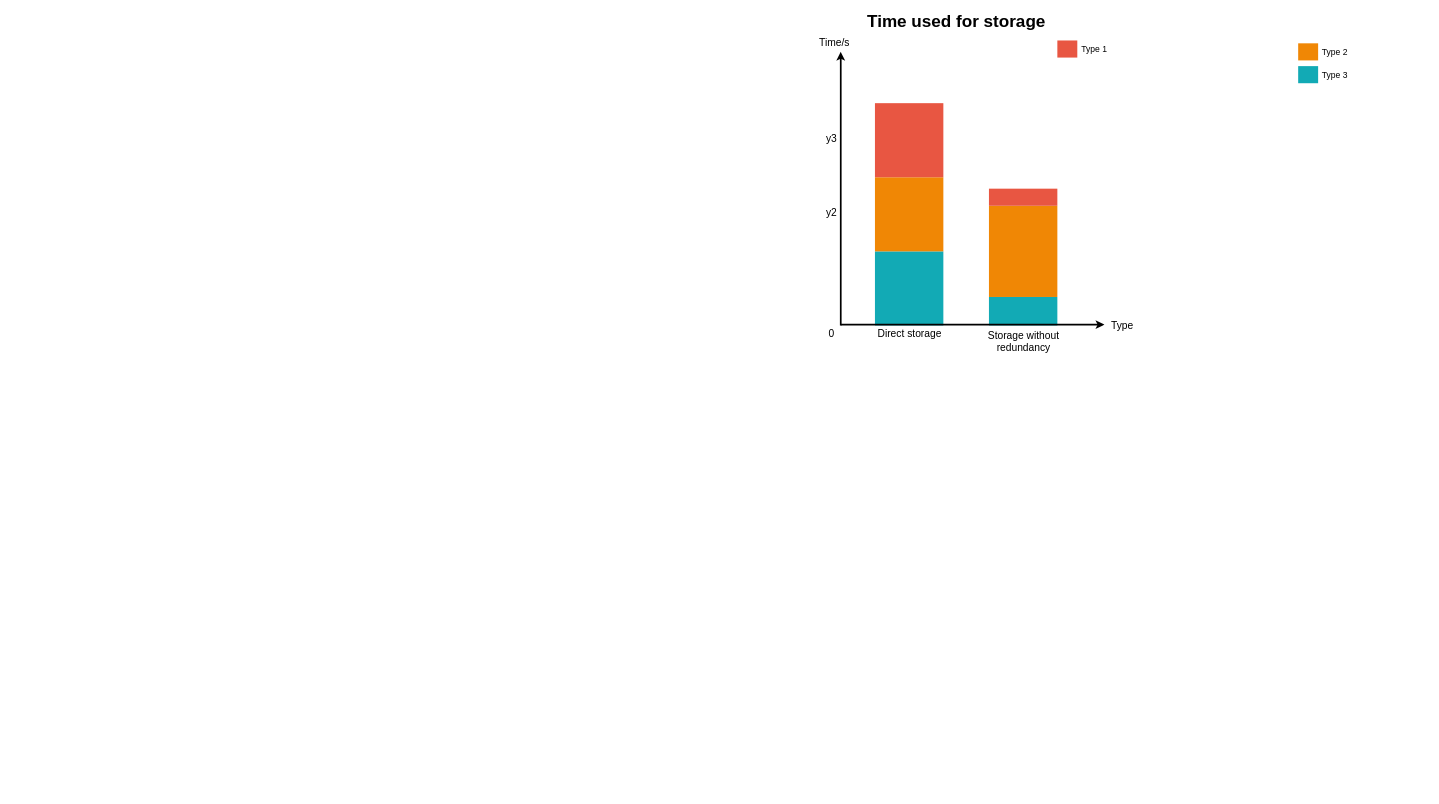
Above: 模型存储柱状图.drawio in RexZheng-cug/chart (draw.io), before the change. Source tidied: cells renumbered, new cells numbered last; positions are measured from the earlier drawing's top-left corner, leaving out a move shared by most shapes. Both pictures are drawn from the tidied source at 57%, with x=0, y=0 at pixel (808, 9).
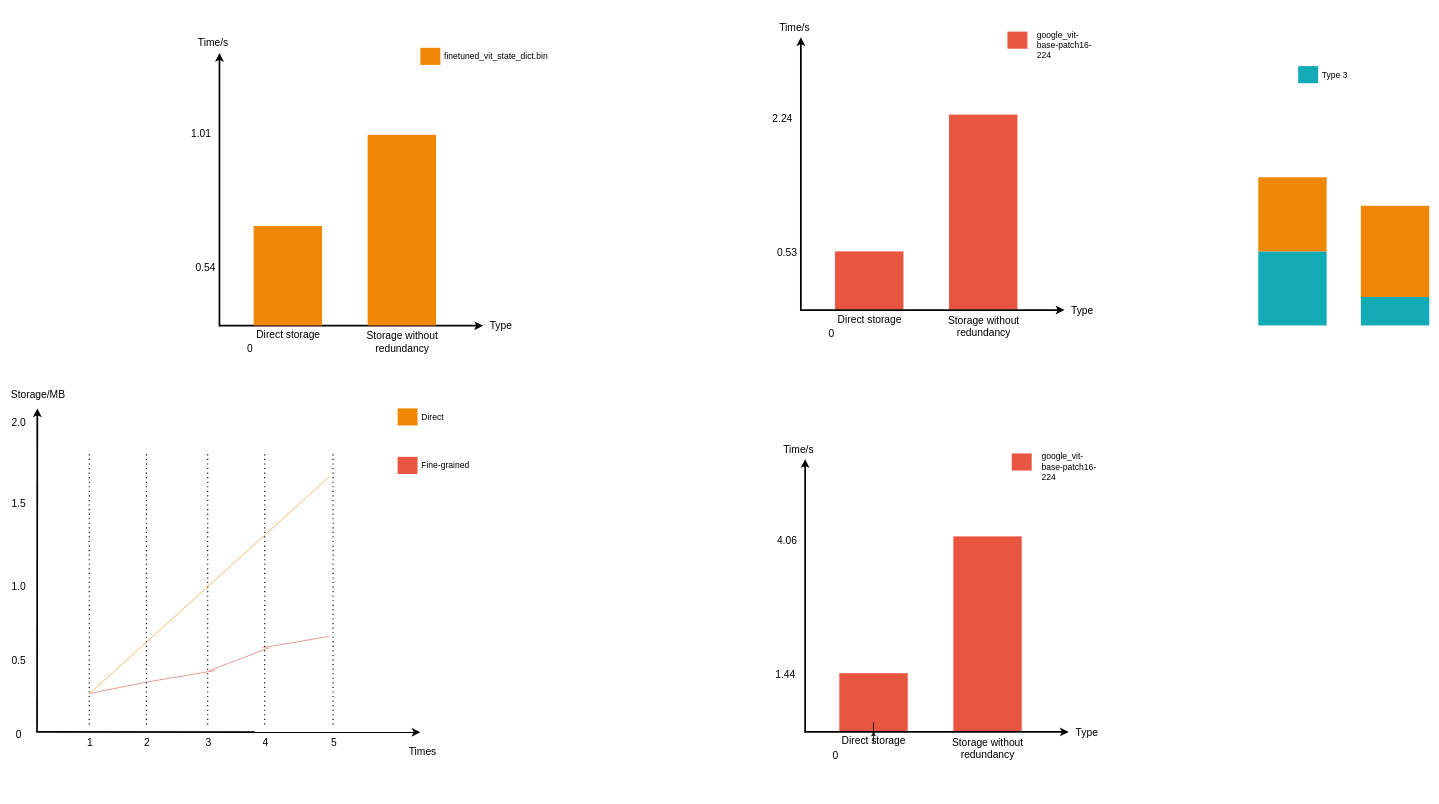
After the change.

Commit message:
更新模型存储柱状图.drawio

The edit, as a diff of the source:
```diff
@@
     <mxCell id="2" style="whiteSpace=wrap;fillColor=#12AAB5;gradientColor=none;gradientDirection=east;strokeColor=none;html=1;fontColor=#23445d;" parent="1" vertex="1">
-      <mxGeometry x="117.5" y="424.5" width="120" height="130" as="geometry" />
+      <mxGeometry x="790" y="424.5" width="120" height="130" as="geometry" />
     </mxCell>
     <mxCell id="3" style="whiteSpace=wrap;fillColor=#12AAB5;gradientColor=none;gradientDirection=east;strokeColor=none;html=1;fontColor=#23445d;" parent="1" vertex="1">
-      <mxGeometry x="317.5" y="504.5" width="120" height="50" as="geometry" />
+      <mxGeometry x="970" y="504.5" width="120" height="50" as="geometry" />
     </mxCell>
     <mxCell id="4" style="edgeStyle=none;html=1;fontColor=#000000;strokeWidth=3;strokeColor=#000000;" parent="1" edge="1">
       <mxGeometry relative="1" as="geometry">
-        <mxPoint x="57.5" y="554.5" as="sourcePoint" />
-        <mxPoint x="57.5" y="74.5" as="targetPoint" />
+        <mxPoint x="-12.5" y="529" as="sourcePoint" />
+        <mxPoint x="-12.5" y="49" as="targetPoint" />
       </mxGeometry>
     </mxCell>
     <mxCell id="5" style="whiteSpace=wrap;fillColor=#F08705;gradientColor=none;gradientDirection=east;strokeColor=none;html=1;fontColor=#23445d;" parent="1" vertex="1">
-      <mxGeometry x="117.5" y="294.5" width="120" height="130" as="geometry" />
+      <mxGeometry x="790" y="294.5" width="120" height="130" as="geometry" />
     </mxCell>
     <mxCell id="6" style="whiteSpace=wrap;fillColor=#E85642;gradientColor=none;gradientDirection=east;strokeColor=none;html=1;fontColor=#23445d;" parent="1" vertex="1">
-      <mxGeometry x="117.5" y="164.5" width="120" height="130" as="geometry" />
+      <mxGeometry x="47.5" y="424.5" width="120" height="102.2" as="geometry" />
     </mxCell>
     <mxCell id="7" style="whiteSpace=wrap;fillColor=#F08705;gradientColor=none;gradientDirection=east;strokeColor=none;html=1;fontColor=#23445d;" parent="1" vertex="1">
-      <mxGeometry x="317.5" y="344.5" width="120" height="160" as="geometry" />
+      <mxGeometry x="970" y="344.5" width="120" height="160" as="geometry" />
     </mxCell>
     <mxCell id="8" style="whiteSpace=wrap;fillColor=#E85642;gradientColor=none;gradientDirection=east;strokeColor=none;html=1;fontColor=#23445d;" parent="1" vertex="1">
-      <mxGeometry x="317.5" y="314.5" width="120" height="30" as="geometry" />
+      <mxGeometry x="247.5" y="184.5" width="120" height="342.2" as="geometry" />
     </mxCell>
     <mxCell id="9" style="edgeStyle=none;html=1;fontColor=#000000;strokeWidth=3;strokeColor=#000000;" parent="1" edge="1">
       <mxGeometry relative="1" as="geometry">
-        <mxPoint x="57.5" y="553" as="sourcePoint" />
-        <mxPoint x="520" y="553" as="targetPoint" />
+        <mxPoint x="-12.5" y="527.5" as="sourcePoint" />
+        <mxPoint x="450" y="527.5" as="targetPoint" />
       </mxGeometry>
     </mxCell>
     <mxCell id="10" value="Type" style="text;spacingTop=-5;html=1;fontSize=18;fontStyle=0;strokeColor=none;" parent="1" vertex="1">
-      <mxGeometry x="530" y="542.5" width="80" height="20" as="geometry" />
+      <mxGeometry x="460" y="517" width="80" height="20" as="geometry" />
     </mxCell>
     <mxCell id="11" value="Direct storage" style="text;spacingTop=-5;align=center;verticalAlign=middle;fontStyle=0;html=1;fontSize=18;strokeColor=none;" parent="1" vertex="1">
-      <mxGeometry x="117.5" y="556.5" width="120" height="30" as="geometry" />
+      <mxGeometry x="47.5" y="531" width="120" height="30" as="geometry" />
     </mxCell>
     <mxCell id="12" value="Storage without&lt;div&gt;redundancy&lt;/div&gt;" style="text;spacingTop=-5;align=center;verticalAlign=middle;fontStyle=0;html=1;fontSize=18;strokeColor=none;" parent="1" vertex="1">
-      <mxGeometry x="317.5" y="570" width="120" height="30" as="geometry" />
+      <mxGeometry x="247.5" y="544.5" width="120" height="30" as="geometry" />
     </mxCell>
@@
     <mxCell id="14" style="whiteSpace=wrap;fillColor=#F08705;gradientColor=none;gradientDirection=east;strokeColor=none;html=1;fontColor=#23445d;" parent="1" vertex="1">
-      <mxGeometry x="860" y="59.5" width="35" height="30" as="geometry" />
+      <mxGeometry x="-680" y="67.4" width="35" height="30" as="geometry" />
     </mxCell>
     <mxCell id="15" style="whiteSpace=wrap;fillColor=#E85642;gradientColor=none;gradientDirection=east;strokeColor=none;html=1;fontColor=#23445d;" parent="1" vertex="1">
-      <mxGeometry x="437.5" y="54.5" width="35" height="30" as="geometry" />
+      <mxGeometry x="350" y="39" width="35" height="30" as="geometry" />
     </mxCell>
-    <mxCell id="16" value="Type 1" style="text;spacingTop=-5;html=1;fontSize=15;" parent="1" vertex="1">
-      <mxGeometry x="477.5" y="59.5" width="80" height="20" as="geometry" />
+    <mxCell id="16" value="google_vit-base-patch16-224&#10;" style="text;spacingTop=-5;fontSize=15;whiteSpace=wrap;" parent="1" vertex="1">
+      <mxGeometry x="400" y="34" width="107" height="65.5" as="geometry" />
     </mxCell>
-    <mxCell id="17" value="Type 2" style="text;spacingTop=-5;html=1;fontSize=15;" parent="1" vertex="1">
-      <mxGeometry x="900" y="64.5" width="80" height="20" as="geometry" />
+    <mxCell id="17" value="finetuned_vit_state_dict.bin" style="text;spacingTop=-5;html=1;fontSize=15;" parent="1" vertex="1">
+      <mxGeometry x="-640" y="72.4" width="80" height="20" as="geometry" />
     </mxCell>
@@
     <mxCell id="19" value="Time/s" style="text;spacingTop=-5;html=1;fontSize=18;fontStyle=0;" parent="1" vertex="1">
-      <mxGeometry x="17.5" y="45.5" width="80" height="20" as="geometry" />
+      <mxGeometry x="-52.5" y="20" width="80" height="20" as="geometry" />
     </mxCell>
@@
-    <mxCell id="21" value="y2" style="text;spacingTop=-5;align=center;verticalAlign=middle;fontStyle=0;html=1;fontSize=18;" parent="1" vertex="1">
-      <mxGeometry x="25.5" y="294.5" width="30" height="130" as="geometry" />
+    <mxCell id="21" value="0.53" style="text;spacingTop=-5;align=center;verticalAlign=middle;fontStyle=0;html=1;fontSize=18;" parent="1" vertex="1">
+      <mxGeometry x="-52.5" y="364.5" width="30" height="130" as="geometry" />
     </mxCell>
-    <mxCell id="22" value="y3" style="text;spacingTop=-5;align=center;verticalAlign=middle;fontStyle=0;html=1;fontSize=18;" parent="1" vertex="1">
-      <mxGeometry x="25.5" y="164.5" width="30" height="130" as="geometry" />
+    <mxCell id="22" value="2.24" style="text;spacingTop=-5;align=center;verticalAlign=middle;fontStyle=0;html=1;fontSize=18;" parent="1" vertex="1">
+      <mxGeometry x="-60" y="129" width="30" height="130" as="geometry" />
     </mxCell>
-    <mxCell id="23" value="&lt;font style=&quot;font-size: 30px;&quot;&gt;Time used for storage&lt;/font&gt;" style="text;spacingTop=-5;align=center;verticalAlign=middle;fontSize=30;fontStyle=1;html=1;" parent="1" vertex="1">
-      <mxGeometry y="0.5" width="520" height="45" as="geometry" />
-    </mxCell>
+    <mxCell id="24" style="edgeStyle=none;html=1;fontColor=#000000;strokeWidth=3;strokeColor=#000000;" parent="1" edge="1">
+      <mxGeometry relative="1" as="geometry">
+        <mxPoint x="-1032.5" y="556.4" as="sourcePoint" />
+        <mxPoint x="-1032.5" y="76.4" as="targetPoint" />
+      </mxGeometry>
+    </mxCell>
+    <mxCell id="25" style="edgeStyle=none;html=1;fontColor=#000000;strokeWidth=3;strokeColor=#000000;" parent="1" edge="1">
+      <mxGeometry relative="1" as="geometry">
+        <mxPoint x="-1032.5" y="554.8" as="sourcePoint" />
+        <mxPoint x="-570" y="554.9" as="targetPoint" />
+      </mxGeometry>
+    </mxCell>
+    <mxCell id="26" value="Type" style="text;spacingTop=-5;html=1;fontSize=18;fontStyle=0;strokeColor=none;" parent="1" vertex="1">
+      <mxGeometry x="-560" y="544.4" width="80" height="20" as="geometry" />
+    </mxCell>
+    <mxCell id="27" value="Direct storage" style="text;spacingTop=-5;align=center;verticalAlign=middle;fontStyle=0;html=1;fontSize=18;strokeColor=none;" parent="1" vertex="1">
+      <mxGeometry x="-972.5" y="558.4" width="120" height="30" as="geometry" />
+    </mxCell>
+    <mxCell id="28" value="Storage without&lt;div&gt;redundancy&lt;/div&gt;" style="text;spacingTop=-5;align=center;verticalAlign=middle;fontStyle=0;html=1;fontSize=18;strokeColor=none;" parent="1" vertex="1">
+      <mxGeometry x="-772.5" y="571.9" width="120" height="30" as="geometry" />
+    </mxCell>
+    <mxCell id="29" value="Time/s" style="text;spacingTop=-5;html=1;fontSize=18;fontStyle=0;" parent="1" vertex="1">
+      <mxGeometry x="-1072.5" y="47.4" width="80" height="20" as="geometry" />
+    </mxCell>
+    <mxCell id="30" value="0" style="text;spacingTop=-5;align=center;verticalAlign=middle;fontStyle=0;html=1;fontSize=18;" parent="1" vertex="1">
+      <mxGeometry x="-994.5" y="533.9" width="30" height="130" as="geometry" />
+    </mxCell>
+    <mxCell id="31" value="0.54" style="text;spacingTop=-5;align=center;verticalAlign=middle;fontStyle=0;html=1;fontSize=18;" parent="1" vertex="1">
+      <mxGeometry x="-1072.5" y="391.9" width="30" height="130" as="geometry" />
+    </mxCell>
+    <mxCell id="32" value="1.01" style="text;spacingTop=-5;align=center;verticalAlign=middle;fontStyle=0;html=1;fontSize=18;" parent="1" vertex="1">
+      <mxGeometry x="-1080" y="156.4" width="30" height="130" as="geometry" />
+    </mxCell>
+    <mxCell id="33" style="whiteSpace=wrap;fillColor=#F08705;gradientColor=none;gradientDirection=east;strokeColor=none;html=1;fontColor=#23445d;" parent="1" vertex="1">
+      <mxGeometry x="-772.5" y="220" width="120" height="334.5" as="geometry" />
+    </mxCell>
+    <mxCell id="34" style="whiteSpace=wrap;fillColor=#F08705;gradientColor=none;gradientDirection=east;strokeColor=none;html=1;fontColor=#23445d;" parent="1" vertex="1">
+      <mxGeometry x="-972.5" y="380" width="120" height="174.5" as="geometry" />
+    </mxCell>
+    <mxCell id="35" style="edgeStyle=none;html=1;fontColor=#000000;strokeWidth=3;strokeColor=#000000;" parent="1" edge="1">
+      <mxGeometry relative="1" as="geometry">
+        <mxPoint x="-1352.5" y="1269" as="sourcePoint" />
+        <mxPoint x="-1352" y="700" as="targetPoint" />
+      </mxGeometry>
+    </mxCell>
+    <mxCell id="36" style="edgeStyle=none;html=1;fontColor=#000000;strokeWidth=3;strokeColor=#000000;" parent="1" edge="1">
+      <mxGeometry relative="1" as="geometry">
+        <mxPoint x="-1352.5" y="1267.5" as="sourcePoint" />
+        <mxPoint x="-680" y="1268" as="targetPoint" />
+      </mxGeometry>
+    </mxCell>
+    <mxCell id="37" value="Times" style="text;spacingTop=-5;html=1;fontSize=18;fontStyle=0;strokeColor=none;" parent="1" vertex="1">
+      <mxGeometry x="-702.5" y="1289.5" width="80" height="20" as="geometry" />
+    </mxCell>
+    <mxCell id="38" value="1" style="text;spacingTop=-5;align=center;verticalAlign=middle;fontStyle=0;html=1;fontSize=18;strokeColor=none;" parent="1" vertex="1">
+      <mxGeometry x="-1320" y="1274.5" width="120" height="30" as="geometry" />
+    </mxCell>
+    <mxCell id="39" value="3" style="text;spacingTop=-5;align=center;verticalAlign=middle;fontStyle=0;html=1;fontSize=18;strokeColor=none;" parent="1" vertex="1">
+      <mxGeometry x="-1112.5" y="1274.5" width="120" height="30" as="geometry" />
+    </mxCell>
+    <mxCell id="40" value="Storage/MB" style="text;spacingTop=-5;html=1;fontSize=18;fontStyle=0;" parent="1" vertex="1">
+      <mxGeometry x="-1400" y="663.9" width="80" height="20" as="geometry" />
+    </mxCell>
+    <mxCell id="41" value="0" style="text;spacingTop=-5;align=center;verticalAlign=middle;fontStyle=0;html=1;fontSize=18;" parent="1" vertex="1">
+      <mxGeometry x="-1400" y="1210" width="30" height="130" as="geometry" />
+    </mxCell>
+    <mxCell id="42" value="0.5" style="text;spacingTop=-5;align=center;verticalAlign=middle;fontStyle=0;html=1;fontSize=18;" parent="1" vertex="1">
+      <mxGeometry x="-1400" y="1080" width="30" height="130" as="geometry" />
+    </mxCell>
+    <mxCell id="43" value="1.0" style="text;spacingTop=-5;align=center;verticalAlign=middle;fontStyle=0;html=1;fontSize=18;" parent="1" vertex="1">
+      <mxGeometry x="-1400" y="950" width="30" height="130" as="geometry" />
+    </mxCell>
+    <mxCell id="44" value="2" style="text;spacingTop=-5;align=center;verticalAlign=middle;fontStyle=0;html=1;fontSize=18;strokeColor=none;" parent="1" vertex="1">
+      <mxGeometry x="-1220" y="1274.5" width="120" height="30" as="geometry" />
+    </mxCell>
+    <mxCell id="45" value="4" style="text;spacingTop=-5;align=center;verticalAlign=middle;fontStyle=0;html=1;fontSize=18;strokeColor=none;" parent="1" vertex="1">
+      <mxGeometry x="-1012.5" y="1274.5" width="120" height="30" as="geometry" />
+    </mxCell>
+    <mxCell id="46" value="5" style="text;spacingTop=-5;align=center;verticalAlign=middle;fontStyle=0;html=1;fontSize=18;strokeColor=none;" parent="1" vertex="1">
+      <mxGeometry x="-892.5" y="1274.5" width="120" height="30" as="geometry" />
+    </mxCell>
+    <mxCell id="47" style="endArrow=none;dashed=1;html=1;dashPattern=1 3;strokeWidth=2;rounded=0;" parent="1" edge="1">
+      <mxGeometry relative="1" as="geometry">
+        <mxPoint x="-1260.9" y="1254.5" as="sourcePoint" />
+        <mxPoint x="-1260.9" y="780" as="targetPoint" />
+      </mxGeometry>
+    </mxCell>
+    <mxCell id="48" style="endArrow=none;dashed=1;html=1;dashPattern=1 3;strokeWidth=2;rounded=0;" parent="1" edge="1">
+      <mxGeometry relative="1" as="geometry">
+        <mxPoint x="-1160.6" y="1254.5" as="sourcePoint" />
+        <mxPoint x="-1160.6" y="780" as="targetPoint" />
+      </mxGeometry>
+    </mxCell>
+    <mxCell id="49" style="endArrow=none;dashed=1;html=1;dashPattern=1 3;strokeWidth=2;rounded=0;" parent="1" edge="1">
+      <mxGeometry relative="1" as="geometry">
+        <mxPoint x="-1053.1" y="1254.5" as="sourcePoint" />
+        <mxPoint x="-1053.1" y="780" as="targetPoint" />
+      </mxGeometry>
+    </mxCell>
+    <mxCell id="50" style="endArrow=none;dashed=1;html=1;dashPattern=1 3;strokeWidth=2;rounded=0;" parent="1" edge="1">
+      <mxGeometry relative="1" as="geometry">
+        <mxPoint x="-953.1" y="1254.5" as="sourcePoint" />
+        <mxPoint x="-953.1" y="780" as="targetPoint" />
+      </mxGeometry>
+    </mxCell>
+    <mxCell id="51" style="endArrow=none;dashed=1;html=1;dashPattern=1 3;strokeWidth=2;rounded=0;" parent="1" edge="1">
+      <mxGeometry relative="1" as="geometry">
+        <mxPoint x="-833.1" y="1254.5" as="sourcePoint" />
+        <mxPoint x="-833.1" y="780" as="targetPoint" />
+      </mxGeometry>
+    </mxCell>
+    <mxCell id="52" style="whiteSpace=wrap;fillColor=#F08705;gradientColor=none;gradientDirection=east;strokeColor=none;html=1;fontColor=#23445d;" parent="1" vertex="1">
+      <mxGeometry x="-720" y="700" width="35" height="30" as="geometry" />
+    </mxCell>
+    <mxCell id="53" value="Direct" style="text;spacingTop=-5;html=1;fontSize=15;" parent="1" vertex="1">
+      <mxGeometry x="-680" y="705" width="80" height="20" as="geometry" />
+    </mxCell>
+    <mxCell id="54" style="whiteSpace=wrap;fillColor=#E85642;gradientColor=none;gradientDirection=east;strokeColor=none;html=1;fontColor=#23445d;" parent="1" vertex="1">
+      <mxGeometry x="-720" y="785" width="35" height="30" as="geometry" />
+    </mxCell>
+    <mxCell id="55" value="Fine-grained&#10;" style="text;spacingTop=-5;fontSize=15;whiteSpace=wrap;" parent="1" vertex="1">
+      <mxGeometry x="-680" y="789" width="107" height="65.5" as="geometry" />
+    </mxCell>
+    <mxCell id="56" value="1.5" style="text;spacingTop=-5;align=center;verticalAlign=middle;fontStyle=0;html=1;fontSize=18;" parent="1" vertex="1">
+      <mxGeometry x="-1400" y="804.5" width="30" height="130" as="geometry" />
+    </mxCell>
+    <mxCell id="57" value="2.0" style="text;spacingTop=-5;align=center;verticalAlign=middle;fontStyle=0;html=1;fontSize=18;" parent="1" vertex="1">
+      <mxGeometry x="-1400" y="663.9" width="30" height="130" as="geometry" />
+    </mxCell>
+    <mxCell id="58" style="endArrow=none;html=1;rounded=0;curved=0;strokeColor=#f08707;" parent="1" edge="1">
+      <mxGeometry relative="1" as="geometry">
+        <mxPoint x="-1260" y="1200" as="sourcePoint" />
+        <mxPoint x="-840" y="820" as="targetPoint" />
+      </mxGeometry>
+    </mxCell>
+    <mxCell id="59" style="endArrow=none;html=1;rounded=0;strokeColor=#db523f;" parent="1" edge="1">
+      <mxGeometry relative="1" as="geometry">
+        <mxPoint x="-1260" y="1200" as="sourcePoint" />
+        <mxPoint x="-1160" y="1180" as="targetPoint" />
+      </mxGeometry>
+    </mxCell>
+    <mxCell id="60" style="endArrow=none;html=1;rounded=0;strokeColor=#db523f;" parent="1" edge="1">
+      <mxGeometry relative="1" as="geometry">
+        <mxPoint x="-1160" y="1180" as="sourcePoint" />
+        <mxPoint x="-1040" y="1160" as="targetPoint" />
+      </mxGeometry>
+    </mxCell>
+    <mxCell id="61" style="endArrow=none;html=1;rounded=0;strokeColor=#db523f;" parent="1" edge="1">
+      <mxGeometry relative="1" as="geometry">
+        <mxPoint x="-1050" y="1160" as="sourcePoint" />
+        <mxPoint x="-945.5" y="1120" as="targetPoint" />
+      </mxGeometry>
+    </mxCell>
+    <mxCell id="62" style="endArrow=none;html=1;rounded=0;strokeColor=#db523f;" parent="1" edge="1">
+      <mxGeometry relative="1" as="geometry">
+        <mxPoint x="-957" y="1120" as="sourcePoint" />
+        <mxPoint x="-840" y="1100" as="targetPoint" />
+      </mxGeometry>
+    </mxCell>
+    <mxCell id="63" style="edgeStyle=none;html=1;fontColor=#000000;strokeWidth=3;strokeColor=#000000;" parent="1" edge="1">
+      <mxGeometry relative="1" as="geometry">
+        <mxPoint x="-5" y="1269" as="sourcePoint" />
+        <mxPoint x="-5" y="789" as="targetPoint" />
+      </mxGeometry>
+    </mxCell>
+    <mxCell id="64" style="whiteSpace=wrap;fillColor=#E85642;gradientColor=none;gradientDirection=east;strokeColor=none;html=1;fontColor=#23445d;" parent="1" vertex="1">
+      <mxGeometry x="55" y="1164.5" width="120" height="102.2" as="geometry" />
+    </mxCell>
+    <mxCell id="65" style="whiteSpace=wrap;fillColor=#E85642;gradientColor=none;gradientDirection=east;strokeColor=none;html=1;fontColor=#23445d;" parent="1" vertex="1">
+      <mxGeometry x="255" y="924.5" width="120" height="342.2" as="geometry" />
+    </mxCell>
+    <mxCell id="66" style="edgeStyle=none;html=1;fontColor=#000000;strokeWidth=3;strokeColor=#000000;" parent="1" edge="1">
+      <mxGeometry relative="1" as="geometry">
+        <mxPoint x="-5" y="1267.5" as="sourcePoint" />
+        <mxPoint x="457.5" y="1267.5" as="targetPoint" />
+      </mxGeometry>
+    </mxCell>
+    <mxCell id="67" value="Type" style="text;spacingTop=-5;html=1;fontSize=18;fontStyle=0;strokeColor=none;" parent="1" vertex="1">
+      <mxGeometry x="467.5" y="1257" width="80" height="20" as="geometry" />
+    </mxCell>
+    <mxCell id="68" style="edgeStyle=orthogonalEdgeStyle;rounded=0;jettySize=auto;html=1;" parent="1" edge="1" source="69" target="64">
+      <mxGeometry relative="1" as="geometry" />
+    </mxCell>
+    <mxCell id="69" value="Direct storage" style="text;spacingTop=-5;align=center;verticalAlign=middle;fontStyle=0;html=1;fontSize=18;points=[];strokeColor=none;" parent="1" vertex="1">
+      <mxGeometry x="55" y="1271" width="120" height="30" as="geometry" />
+    </mxCell>
+    <mxCell id="70" value="Storage without&lt;div&gt;redundancy&lt;/div&gt;" style="text;spacingTop=-5;align=center;verticalAlign=middle;fontStyle=0;html=1;fontSize=18;strokeColor=none;" parent="1" vertex="1">
+      <mxGeometry x="255" y="1284.5" width="120" height="30" as="geometry" />
+    </mxCell>
+    <mxCell id="71" style="whiteSpace=wrap;fillColor=#E85642;gradientColor=none;gradientDirection=east;strokeColor=none;html=1;fontColor=#23445d;" parent="1" vertex="1">
+      <mxGeometry x="357.5" y="779" width="35" height="30" as="geometry" />
+    </mxCell>
+    <mxCell id="72" value="google_vit-base-patch16-224&#10;" style="text;spacingTop=-5;fontSize=15;whiteSpace=wrap;" parent="1" vertex="1">
+      <mxGeometry x="407.5" y="774" width="107" height="65.5" as="geometry" />
+    </mxCell>
+    <mxCell id="73" value="Time/s" style="text;spacingTop=-5;html=1;fontSize=18;fontStyle=0;" parent="1" vertex="1">
+      <mxGeometry x="-45" y="760" width="80" height="20" as="geometry" />
+    </mxCell>
+    <mxCell id="74" value="0" style="text;spacingTop=-5;align=center;verticalAlign=middle;fontStyle=0;html=1;fontSize=18;" parent="1" vertex="1">
+      <mxGeometry x="33" y="1246.5" width="30" height="130" as="geometry" />
+    </mxCell>
+    <mxCell id="75" value="1.44" style="text;spacingTop=-5;align=center;verticalAlign=middle;fontStyle=0;html=1;fontSize=18;" parent="1" vertex="1">
+      <mxGeometry x="-55" y="1104.5" width="30" height="130" as="geometry" />
+    </mxCell>
+    <mxCell id="76" value="4.06" style="text;spacingTop=-5;align=center;verticalAlign=middle;fontStyle=0;html=1;fontSize=18;" parent="1" vertex="1">
+      <mxGeometry x="-52.5" y="869" width="30" height="130" as="geometry" />
+    </mxCell>
```
